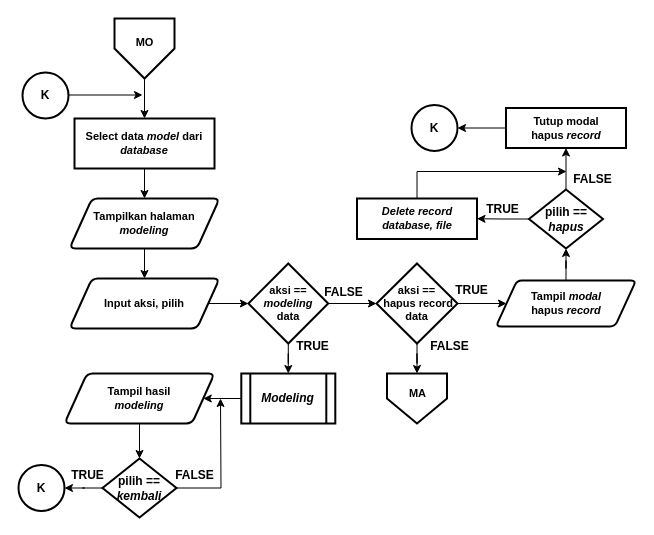
Before: Dokumen TA/Paper/Flowchart/Flowchart menu modeling.drawio in muspriandi/TextMining-SentimentAnalysis, a draw.io diagram. Source tidied: cells renumbered, new cells numbered last; positions are measured from the earlier drawing's top-left corner, leaving out a move shared by most shapes. Both pictures are drawn from the tidied source at 100%, with x=0, y=0 at pixel (18, 18).
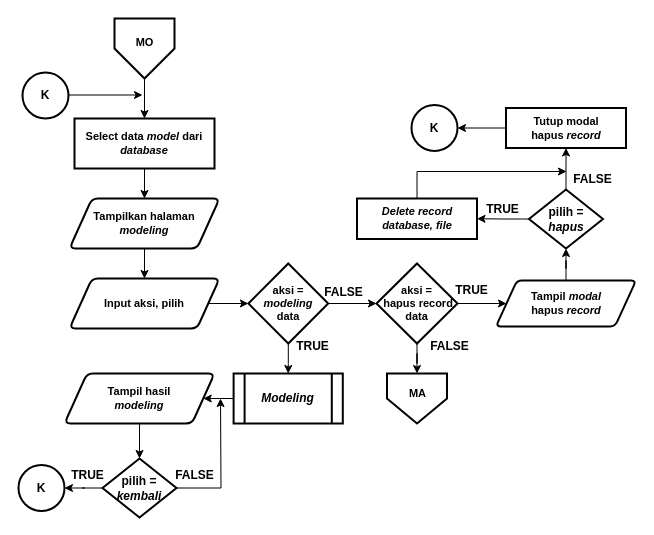
The same page after the edit.

Diff of the diagram source:
```diff
@@
-    <mxCell id="17" value="&lt;b style=&quot;font-size: 11px&quot;&gt;&lt;font style=&quot;font-size: 11px&quot;&gt;aksi == &lt;i&gt;modeling&lt;/i&gt;&lt;br style=&quot;font-size: 11px&quot;&gt;data&lt;/font&gt;&lt;/b&gt;" style="rhombus;whiteSpace=wrap;html=1;strokeWidth=2;fontSize=11;" parent="1" vertex="1">
+    <mxCell id="17" value="&lt;b style=&quot;font-size: 11px&quot;&gt;&lt;font style=&quot;font-size: 11px&quot;&gt;aksi = &lt;i&gt;modeling&lt;/i&gt;&lt;br style=&quot;font-size: 11px&quot;&gt;data&lt;/font&gt;&lt;/b&gt;" style="rhombus;whiteSpace=wrap;html=1;strokeWidth=2;fontSize=11;" parent="1" vertex="1">
       <mxGeometry x="229.9" y="245" width="79.8" height="80" as="geometry" />
     </mxCell>
@@
     <mxCell id="19" value="&lt;i&gt;&lt;b&gt;&lt;font style=&quot;font-size: 12px&quot;&gt;Modeling&lt;/font&gt;&lt;/b&gt;&lt;/i&gt;" style="shape=process;whiteSpace=wrap;html=1;backgroundOutline=1;strokeWidth=2;fontSize=11;" parent="1" vertex="1">
-      <mxGeometry x="222.8" y="355" width="94" height="50" as="geometry" />
+      <mxGeometry x="215.1" y="355" width="109.2" height="50" as="geometry" />
     </mxCell>
@@
-    <mxCell id="22" value="&lt;b style=&quot;font-size: 11px&quot;&gt;&lt;font style=&quot;font-size: 11px&quot;&gt;aksi ==&lt;br&gt;&amp;nbsp;hapus record&lt;br style=&quot;font-size: 11px&quot;&gt;data&lt;/font&gt;&lt;/b&gt;" style="rhombus;whiteSpace=wrap;html=1;strokeWidth=2;fontSize=11;" parent="1" vertex="1">
+    <mxCell id="22" value="&lt;b style=&quot;font-size: 11px&quot;&gt;&lt;font style=&quot;font-size: 11px&quot;&gt;aksi =&lt;br&gt;&amp;nbsp;hapus record&lt;br style=&quot;font-size: 11px&quot;&gt;data&lt;/font&gt;&lt;/b&gt;" style="rhombus;whiteSpace=wrap;html=1;strokeWidth=2;fontSize=11;" parent="1" vertex="1">
       <mxGeometry x="358" y="245" width="81" height="80" as="geometry" />
     </mxCell>
@@
-    <mxCell id="27" value="&lt;b&gt;&lt;font style=&quot;font-size: 12px&quot;&gt;pilih == &lt;i&gt;hapus&lt;/i&gt;&lt;/font&gt;&lt;/b&gt;" style="rhombus;whiteSpace=wrap;html=1;strokeWidth=2;" parent="1" vertex="1">
+    <mxCell id="27" value="&lt;b&gt;&lt;font style=&quot;font-size: 12px&quot;&gt;pilih = &lt;i&gt;hapus&lt;/i&gt;&lt;/font&gt;&lt;/b&gt;" style="rhombus;whiteSpace=wrap;html=1;strokeWidth=2;" parent="1" vertex="1">
       <mxGeometry x="510.5" y="171" width="74" height="59" as="geometry" />
     </mxCell>
@@
-    <mxCell id="45" value="&lt;b&gt;&lt;font style=&quot;font-size: 12px&quot;&gt;pilih == &lt;i&gt;kembali&lt;/i&gt;&lt;/font&gt;&lt;/b&gt;" style="rhombus;whiteSpace=wrap;html=1;strokeWidth=2;" parent="1" vertex="1">
+    <mxCell id="45" value="&lt;b&gt;&lt;font style=&quot;font-size: 12px&quot;&gt;pilih = &lt;i&gt;kembali&lt;/i&gt;&lt;/font&gt;&lt;/b&gt;" style="rhombus;whiteSpace=wrap;html=1;strokeWidth=2;" parent="1" vertex="1">
       <mxGeometry x="84" y="440" width="74" height="59" as="geometry" />
     </mxCell>
```
